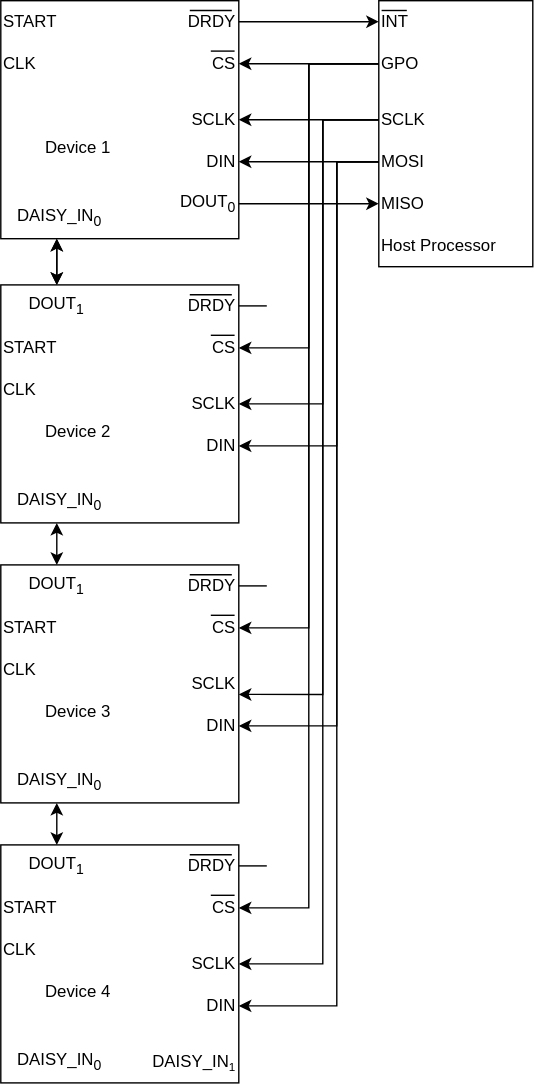
Before: dsp_chips.drawio.svg, a diagram exported from draw.io (mulanfly/diagrams). Source tidied: cells renumbered, new cells last; positions are measured from the earlier drawing's top-left corner, leaving out a move shared by most shapes.
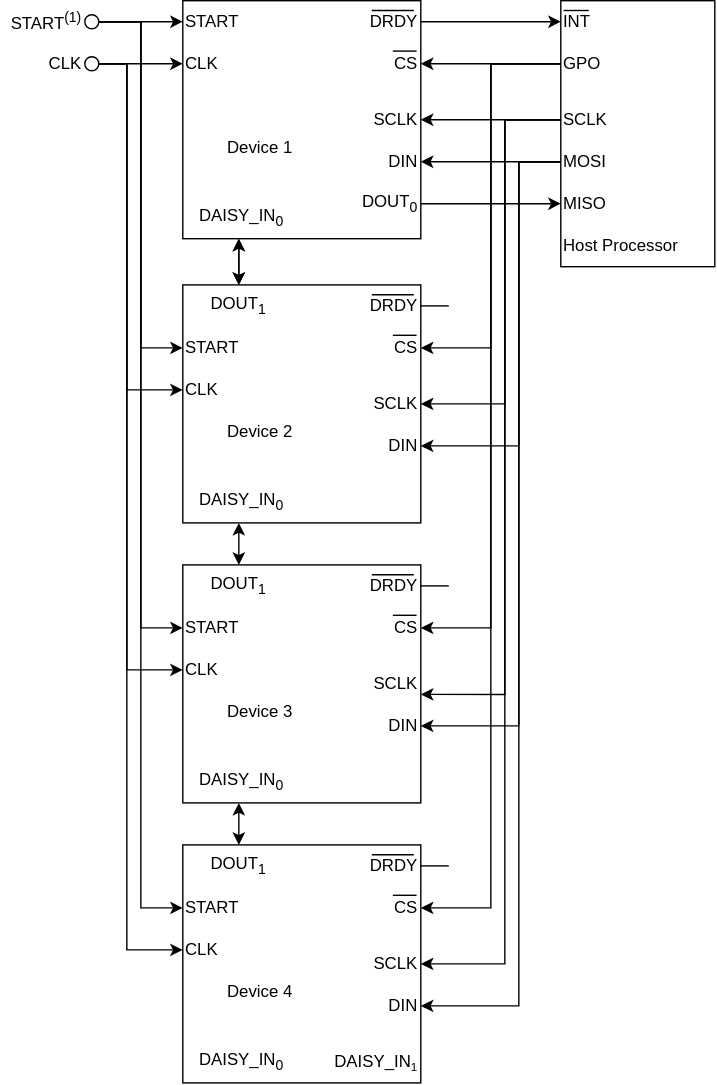
Above is the later version.

Diff of the diagram source:
```diff
@@ -299,5 +299,56 @@
     <mxCell id="79" value="&lt;span style=&quot;text-align: left&quot;&gt;DAISY_IN&lt;span style=&quot;font-size: 10px&quot;&gt;&lt;sub&gt;1&lt;/sub&gt;&lt;/span&gt;&lt;/span&gt;" style="text;html=1;strokeColor=none;fillColor=none;align=right;verticalAlign=middle;whiteSpace=wrap;rounded=0;" parent="1" vertex="1">
       <mxGeometry x="110" y="743" width="60" height="30" as="geometry" />
     </mxCell>
+    <mxCell id="80" style="edgeStyle=orthogonalEdgeStyle;rounded=0;jettySize=auto;html=1;exitX=1;exitY=0.5;exitDx=0;exitDy=0;entryX=0;entryY=0.5;entryDx=0;entryDy=0;startArrow=none;startFill=0;" parent="1" edge="1" source="84" target="3">
+      <mxGeometry relative="1" as="geometry" />
+    </mxCell>
+    <mxCell id="81" style="edgeStyle=orthogonalEdgeStyle;rounded=0;jettySize=auto;html=1;exitX=1;exitY=0.5;exitDx=0;exitDy=0;entryX=0;entryY=0.5;entryDx=0;entryDy=0;startArrow=none;startFill=0;" parent="1" edge="1" source="84" target="39">
+      <mxGeometry relative="1" as="geometry" />
+    </mxCell>
+    <mxCell id="82" style="edgeStyle=orthogonalEdgeStyle;rounded=0;jettySize=auto;html=1;exitX=1;exitY=0.5;exitDx=0;exitDy=0;entryX=0;entryY=0.5;entryDx=0;entryDy=0;startArrow=none;startFill=0;" parent="1" edge="1" source="84" target="53">
+      <mxGeometry relative="1" as="geometry" />
+    </mxCell>
+    <mxCell id="83" style="edgeStyle=orthogonalEdgeStyle;rounded=0;jettySize=auto;html=1;exitX=1;exitY=0.5;exitDx=0;exitDy=0;entryX=0;entryY=0.5;entryDx=0;entryDy=0;startArrow=none;startFill=0;" parent="1" edge="1" source="84" target="66">
+      <mxGeometry relative="1" as="geometry" />
+    </mxCell>
+    <mxCell id="84" style="ellipse;whiteSpace=wrap;html=1;align=center;" parent="1" vertex="1">
+      <mxGeometry x="-70" y="10" width="10" height="10" as="geometry" />
+    </mxCell>
+    <mxCell id="85" value="START&lt;sup&gt;(1)&lt;/sup&gt;" style="text;html=1;strokeColor=none;fillColor=none;align=right;verticalAlign=middle;whiteSpace=wrap;rounded=0;" parent="1" vertex="1">
+      <mxGeometry x="-130" width="60" height="30" as="geometry" />
+    </mxCell>
+    <mxCell id="86" style="edgeStyle=orthogonalEdgeStyle;rounded=0;jettySize=auto;html=1;exitX=1;exitY=0.5;exitDx=0;exitDy=0;entryX=0;entryY=0.5;entryDx=0;entryDy=0;startArrow=none;startFill=0;" parent="1" edge="1" source="90" target="4">
+      <mxGeometry relative="1" as="geometry" />
+    </mxCell>
+    <mxCell id="87" style="edgeStyle=orthogonalEdgeStyle;rounded=0;jettySize=auto;html=1;exitX=1;exitY=0.5;exitDx=0;exitDy=0;entryX=0;entryY=0.5;entryDx=0;entryDy=0;startArrow=none;startFill=0;" parent="1" edge="1" source="90" target="40">
+      <mxGeometry relative="1" as="geometry">
+        <Array as="points">
+          <mxPoint x="-40" y="45" />
+          <mxPoint x="-40" y="278" />
+        </Array>
+      </mxGeometry>
+    </mxCell>
+    <mxCell id="88" style="edgeStyle=orthogonalEdgeStyle;rounded=0;jettySize=auto;html=1;exitX=1;exitY=0.5;exitDx=0;exitDy=0;entryX=0;entryY=0.5;entryDx=0;entryDy=0;startArrow=none;startFill=0;" parent="1" edge="1" source="90" target="54">
+      <mxGeometry relative="1" as="geometry">
+        <Array as="points">
+          <mxPoint x="-40" y="45" />
+          <mxPoint x="-40" y="478" />
+        </Array>
+      </mxGeometry>
+    </mxCell>
+    <mxCell id="89" style="edgeStyle=orthogonalEdgeStyle;rounded=0;jettySize=auto;html=1;exitX=1;exitY=0.5;exitDx=0;exitDy=0;entryX=0;entryY=0.5;entryDx=0;entryDy=0;startArrow=none;startFill=0;" parent="1" edge="1" source="90" target="67">
+      <mxGeometry relative="1" as="geometry">
+        <Array as="points">
+          <mxPoint x="-40" y="45" />
+          <mxPoint x="-40" y="678" />
+        </Array>
+      </mxGeometry>
+    </mxCell>
+    <mxCell id="90" style="ellipse;whiteSpace=wrap;html=1;align=center;" parent="1" vertex="1">
+      <mxGeometry x="-70" y="40" width="10" height="10" as="geometry" />
+    </mxCell>
+    <mxCell id="91" value="CLK" style="text;html=1;strokeColor=none;fillColor=none;align=right;verticalAlign=middle;whiteSpace=wrap;rounded=0;" parent="1" vertex="1">
+      <mxGeometry x="-130" y="30" width="60" height="30" as="geometry" />
+    </mxCell>
   </root>
 </mxGraphModel>
```
